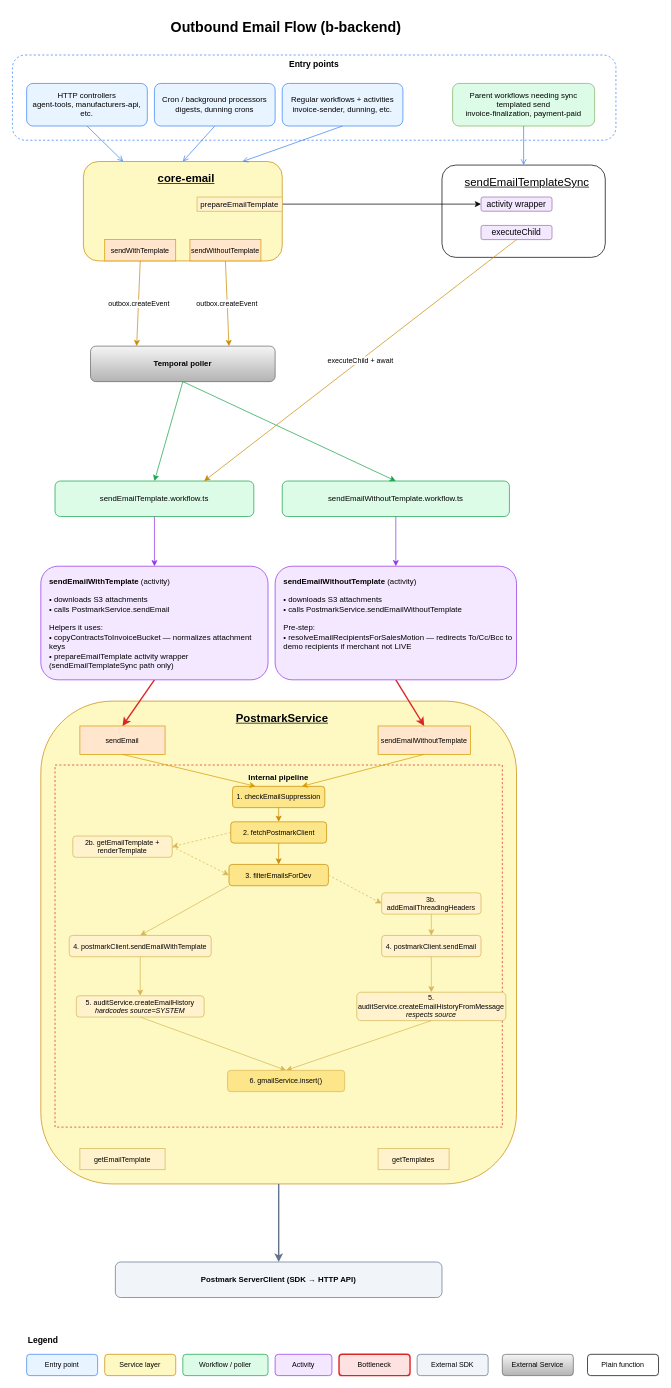
Earlier version of the draw.io diagram email-flow.drawio (yabrown/tabs-stuff). Source tidied: cells renumbered, new cells numbered last; positions are measured from the earlier drawing's top-left corner, leaving out a move shared by most shapes. Both pictures are drawn from the tidied source at 71%, with x=0, y=0 at pixel (12, 12).
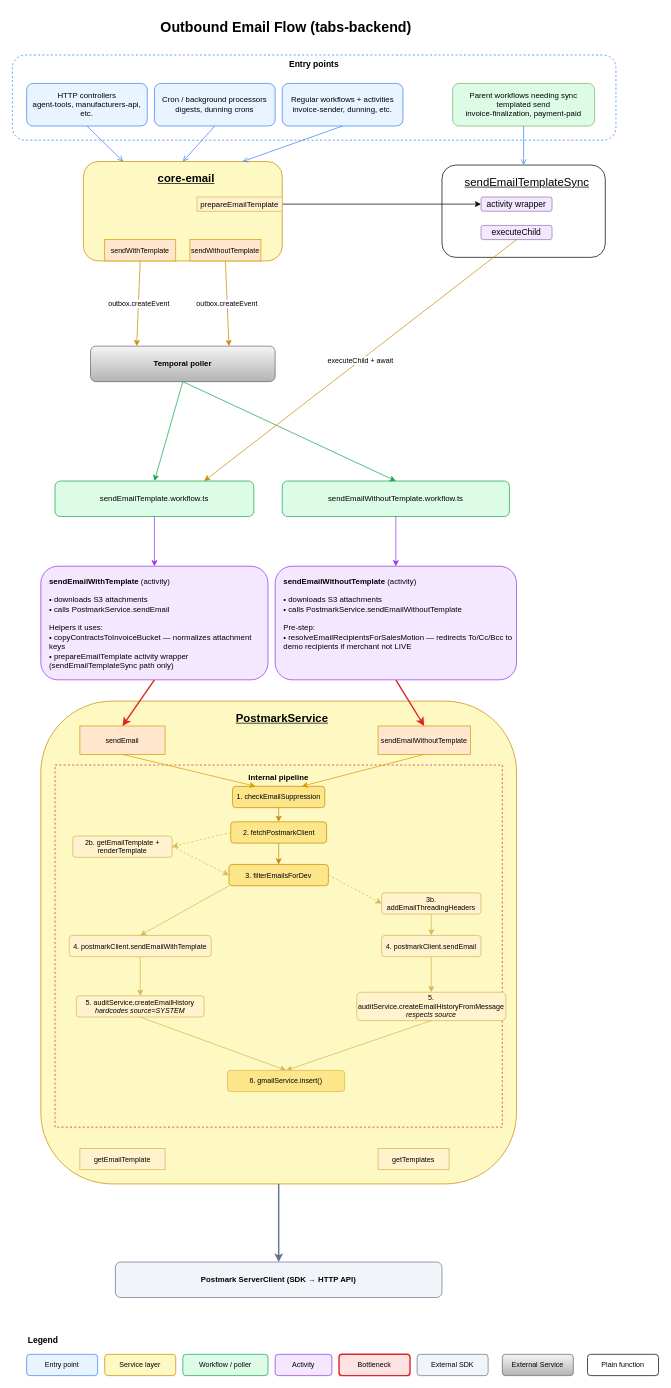
Above is the later version.

Commit message:
undid last change (was just for testing)

What changed in the source:
```diff
@@
-    <mxCell id="2" value="Outbound Email Flow (b-backend)" style="text;html=1;align=center;verticalAlign=middle;fontSize=20;fontStyle=1;" parent="1" vertex="1">
+    <mxCell id="2" value="Outbound Email Flow (tabs-backend)" style="text;html=1;align=center;verticalAlign=middle;fontSize=20;fontStyle=1;" parent="1" vertex="1">
       <mxGeometry x="160" width="450" height="40" as="geometry" />
     </mxCell>
```
